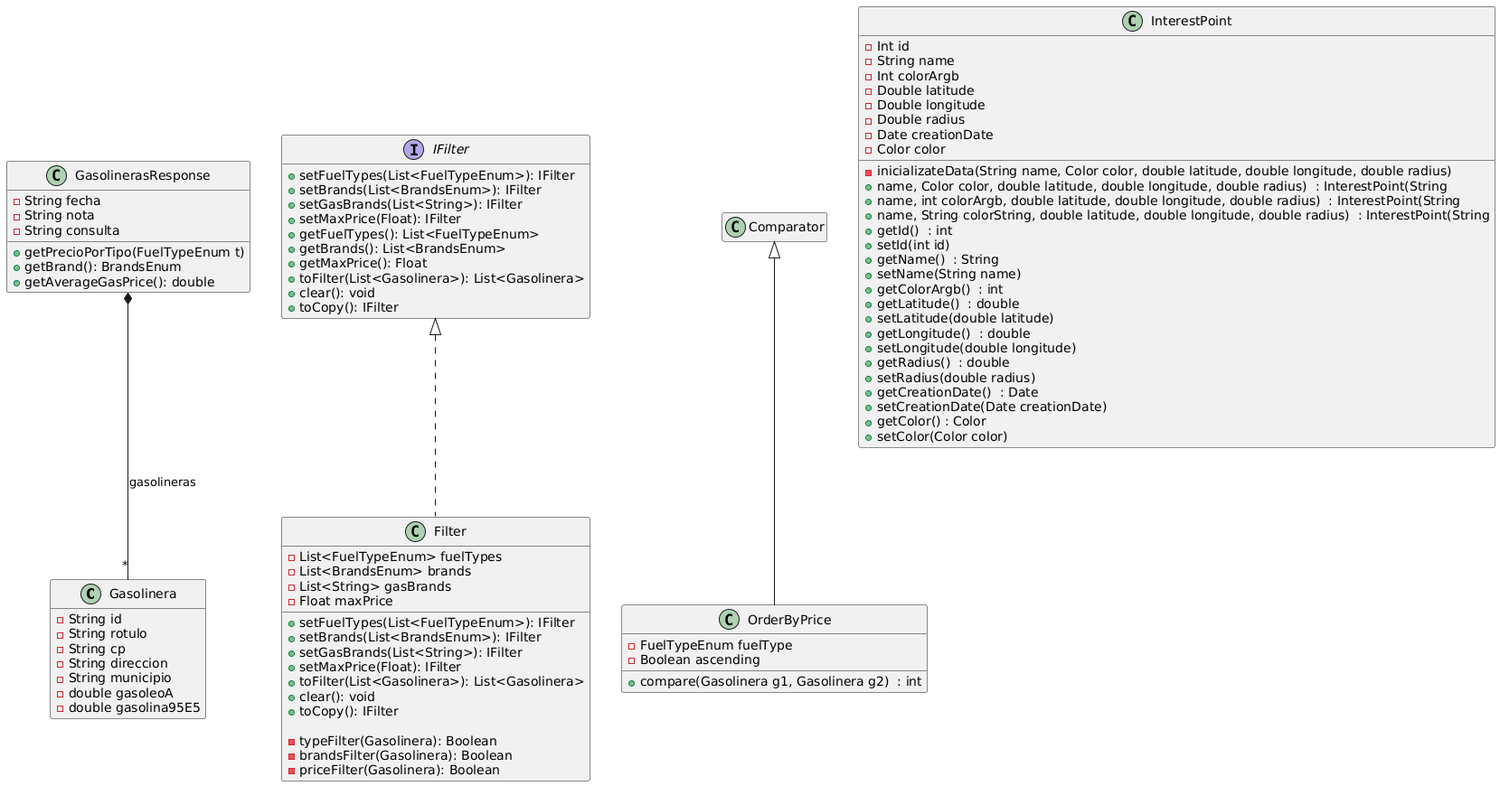
Above: Docs/Models/domain.png in isunican/App-Gasolineras-Grupo1 (PlantUML), before the change.
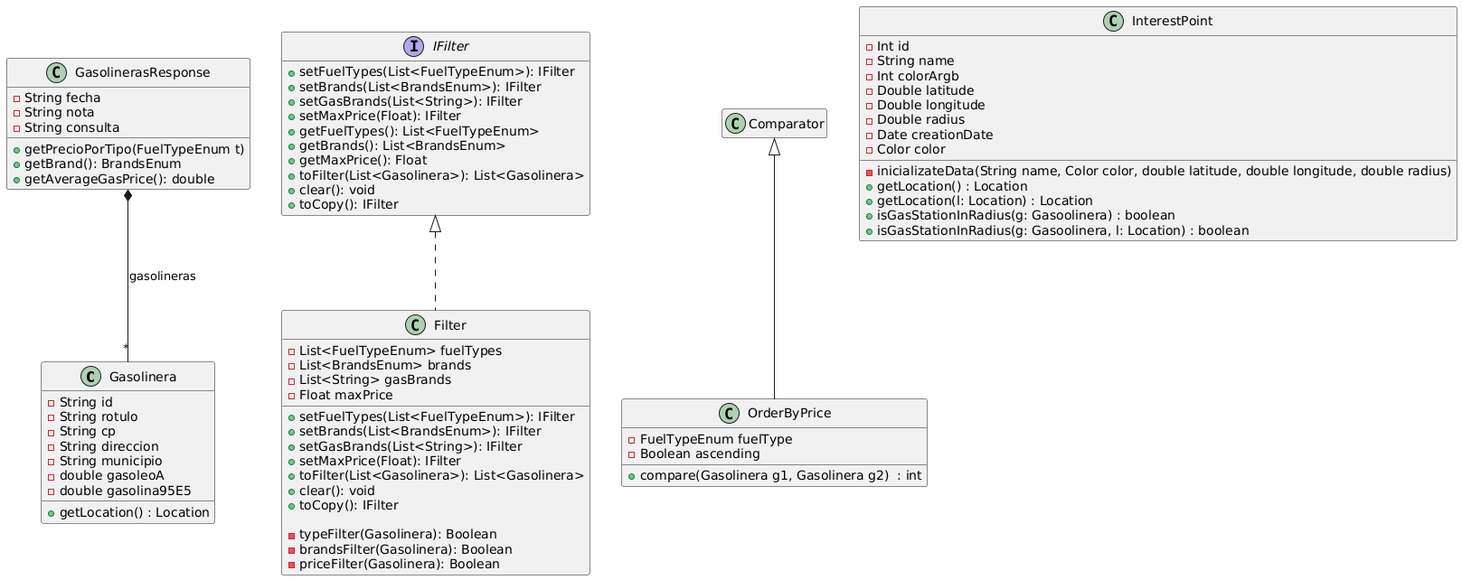
Above is the later version.

Commit message:
Agregar los png de los UML

Diff of the diagram source:
```diff
@@ -9,6 +9,7 @@
     - String municipio
     - double gasoleoA
     - double gasolina95E5
+    + getLocation() : Location
 }
 
 class GasolinerasResponse {
@@ -71,24 +72,10 @@
     - Color color
 
     - inicializateData(String name, Color color, double latitude, double longitude, double radius)
-    + name, Color color, double latitude, double longitude, double radius)  : InterestPoint(String
-    + name, int colorArgb, double latitude, double longitude, double radius)  : InterestPoint(String
-    + name, String colorString, double latitude, double longitude, double radius)  : InterestPoint(String
-    + getId()  : int
-    + setId(int id)
-    + getName()  : String
-    + setName(String name)
-    + getColorArgb()  : int
-    + getLatitude()  : double
-    + setLatitude(double latitude)
-    + getLongitude()  : double
-    + setLongitude(double longitude)
-    + getRadius()  : double
-    + setRadius(double radius)
-    + getCreationDate()  : Date
-    + setCreationDate(Date creationDate)
-    + getColor() : Color
-    + setColor(Color color)
+    + getLocation() : Location
+    + getLocation(l: Location) : Location
+    + isGasStationInRadius(g: Gasoolinera) : boolean
+    + isGasStationInRadius(g: Gasoolinera, l: Location) : boolean
 }
 
 IFilter <|.. Filter
```
